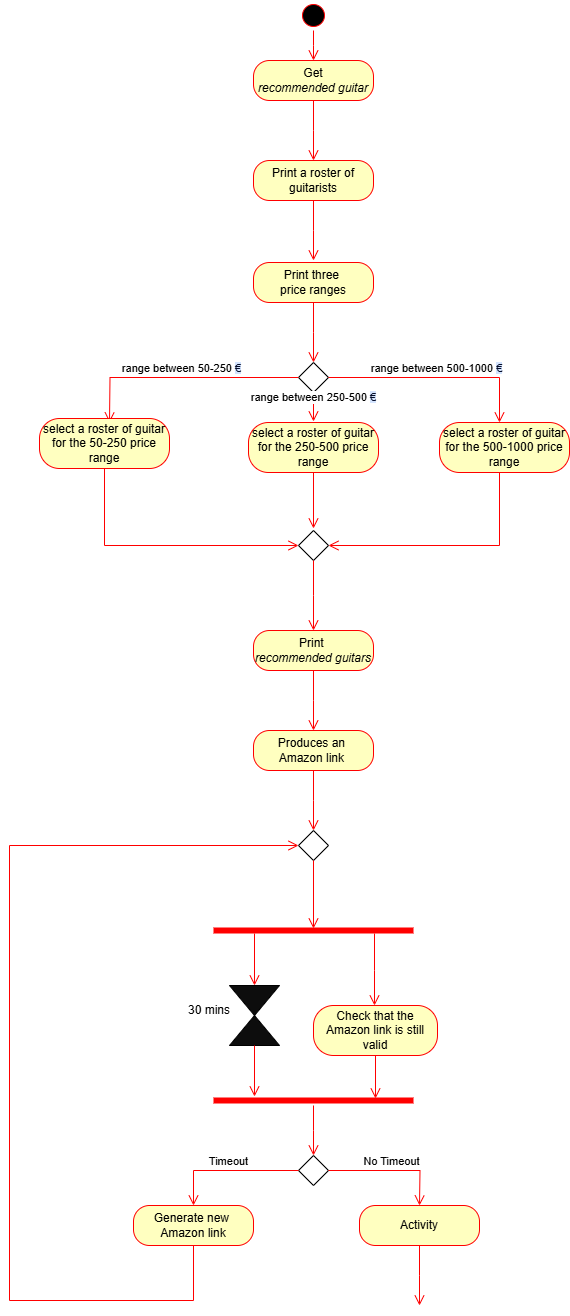
Before: ActivityDiagramM.drawio.png, a diagram exported from draw.io (TizianoLilli/ISPW-Project). Source tidied: cells renumbered, new cells last; positions are measured from the earlier drawing's top-left corner, leaving out a move shared by most shapes.
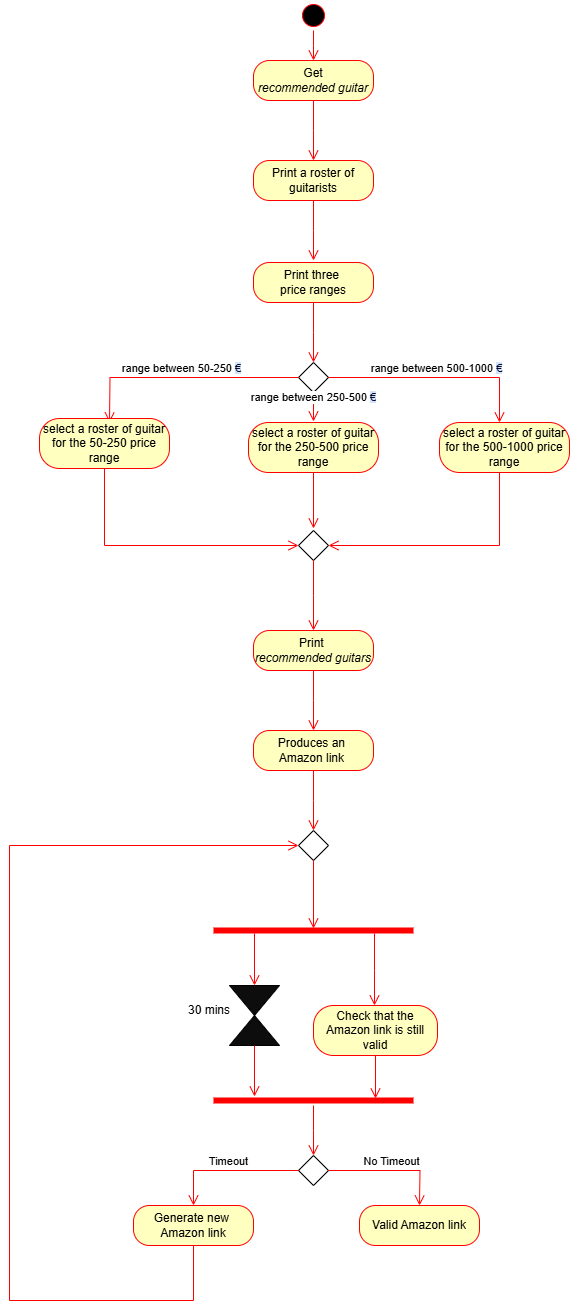
Above is the later version.

What changed in the source:
```diff
@@ -157,14 +157,9 @@
         <mxPoint x="410" y="1205" as="targetPoint" />
       </mxGeometry>
     </mxCell>
-    <mxCell id="39" value="Activity" style="rounded=1;whiteSpace=wrap;html=1;arcSize=40;fontColor=#000000;fillColor=#ffffc0;strokeColor=#ff0000;" parent="1" vertex="1">
+    <mxCell id="39" value="Valid Amazon link" style="rounded=1;whiteSpace=wrap;html=1;arcSize=40;fontColor=#000000;fillColor=#ffffc0;strokeColor=#ff0000;" parent="1" vertex="1">
       <mxGeometry x="350" y="1205" width="120" height="40" as="geometry" />
     </mxCell>
-    <mxCell id="40" style="edgeStyle=orthogonalEdgeStyle;html=1;verticalAlign=bottom;endArrow=open;endSize=8;strokeColor=#ff0000;rounded=0;" parent="1" edge="1" source="39">
-      <mxGeometry relative="1" as="geometry">
-        <mxPoint x="410" y="1305" as="targetPoint" />
-      </mxGeometry>
-    </mxCell>
     <mxCell id="41" value="Timeout" style="edgeStyle=orthogonalEdgeStyle;html=1;verticalAlign=bottom;endArrow=open;endSize=8;strokeColor=#ff0000;rounded=0;exitX=0;exitY=0.5;exitDx=0;exitDy=0;" parent="1" edge="1" source="30" target="42">
       <mxGeometry relative="1" as="geometry" />
     </mxCell>
```
